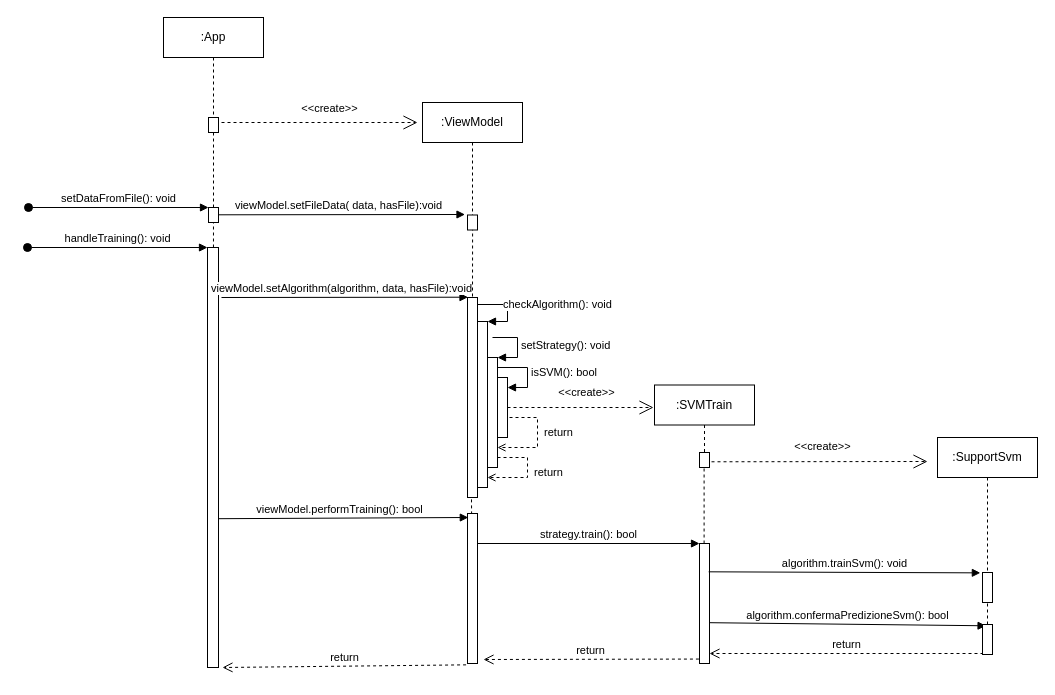
Above: Diagrams/Sequence_diagrams/trainSVM.drawio in teamafkSWE/PredireInGrafana-docs (draw.io), before the change. Source tidied: cells renumbered, new cells numbered last; positions are measured from the earlier drawing's top-left corner, leaving out a move shared by most shapes. Both pictures are drawn from the tidied source at 100%, with x=0, y=0 at pixel (27, 17).
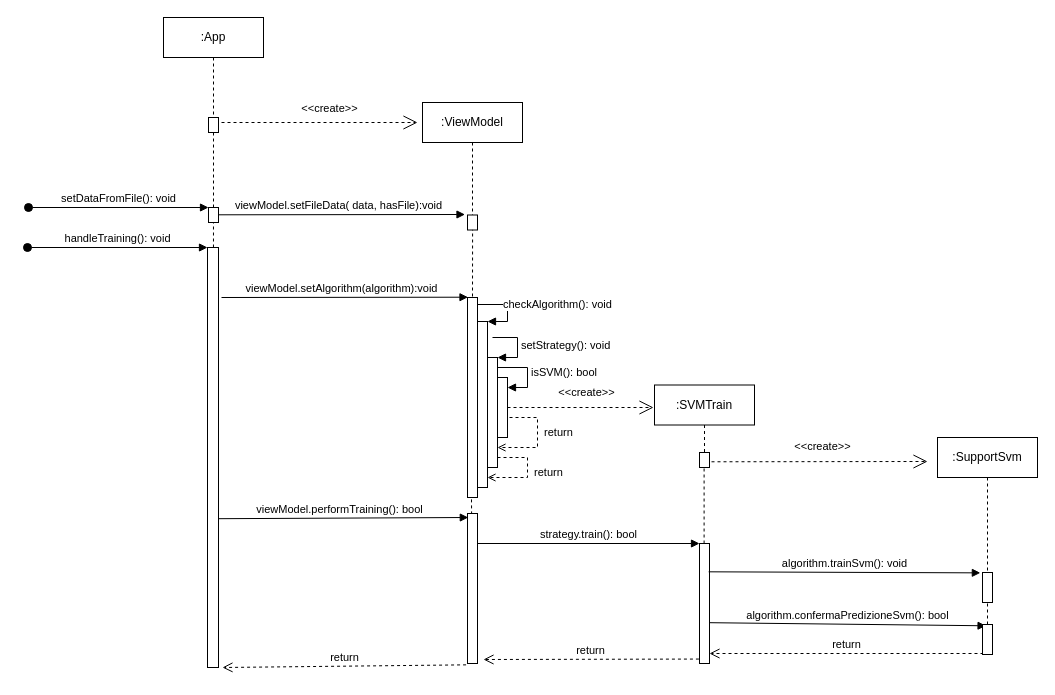
The same diagram, later.

Diff of the diagram source:
```diff
@@
-    <mxCell id="22" value="viewModel.setAlgorithm(algorithm, data, hasFile):void" style="html=1;verticalAlign=bottom;endArrow=block;entryX=-0.25;entryY=0.129;entryDx=0;entryDy=0;entryPerimeter=0;" parent="1" edge="1">
+    <mxCell id="22" value="viewModel.setAlgorithm(algorithm):void" style="html=1;verticalAlign=bottom;endArrow=block;entryX=-0.25;entryY=0.129;entryDx=0;entryDy=0;entryPerimeter=0;" parent="1" edge="1">
       <mxGeometry x="-0.03" relative="1" as="geometry">
         <mxPoint x="194" y="280" as="sourcePoint" />
         <mxPoint x="440.5" y="279.7" as="targetPoint" />
       </mxGeometry>
     </mxCell>
```
